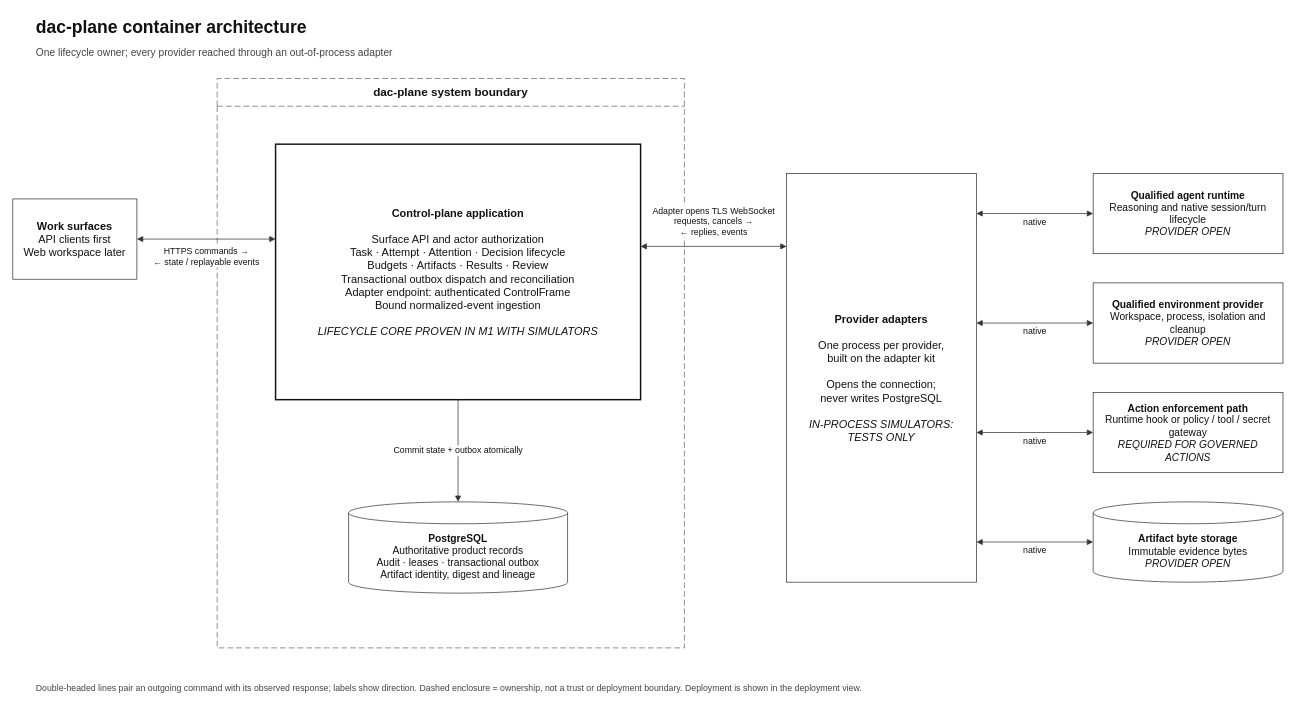
Earlier version of the draw.io diagram docs/architecture/container-view.drawio (dac-plane/dac-plane). Source tidied: cells renumbered, new cells numbered last; positions are measured from the earlier drawing's top-left corner, leaving out a move shared by most shapes. Both pictures are drawn from the tidied source at 73%, with x=0, y=0 at pixel (12, 12).
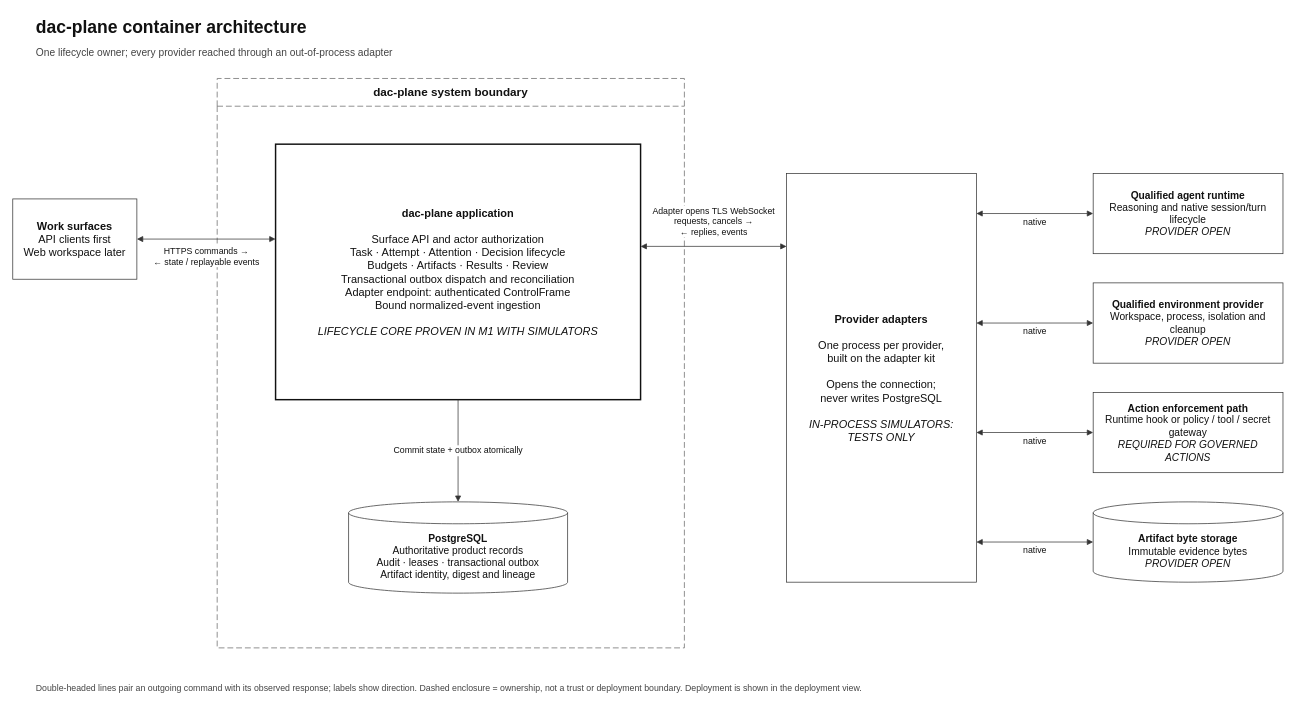
The same page after the edit.

Commit message (it also covers changes not shown here):
refactor: update terminology and dimensions in overview and container-view diagrams for clarity

Change to the diagram source:
```diff
@@
-    <mxCell id="6" value="&lt;b&gt;Control-plane application&lt;/b&gt;&lt;br&gt;&lt;br&gt;Surface API and actor authorization&lt;br&gt;Task · Attempt · Attention · Decision lifecycle&lt;br&gt;Budgets · Artifacts · Results · Review&lt;br&gt;Transactional outbox dispatch and reconciliation&lt;br&gt;Adapter endpoint: authenticated ControlFrame&lt;br&gt;Bound normalized-event ingestion&lt;br&gt;&lt;br&gt;&lt;i&gt;LIFECYCLE CORE PROVEN IN M1 WITH SIMULATORS&lt;/i&gt;" style="rounded=0;whiteSpace=wrap;html=1;fillColor=#FFFFFF;strokeColor=#111111;strokeWidth=2;fontColor=#111111;fontSize=15;spacing=10;" parent="1" vertex="1">
+    <mxCell id="6" value="&lt;b&gt;dac-plane application&lt;/b&gt;&lt;br&gt;&lt;br&gt;Surface API and actor authorization&lt;br&gt;Task · Attempt · Attention · Decision lifecycle&lt;br&gt;Budgets · Artifacts · Results · Review&lt;br&gt;Transactional outbox dispatch and reconciliation&lt;br&gt;Adapter endpoint: authenticated ControlFrame&lt;br&gt;Bound normalized-event ingestion&lt;br&gt;&lt;br&gt;&lt;i&gt;LIFECYCLE CORE PROVEN IN M1 WITH SIMULATORS&lt;/i&gt;" style="rounded=0;whiteSpace=wrap;html=1;fillColor=#FFFFFF;strokeColor=#111111;strokeWidth=2;fontColor=#111111;fontSize=15;spacing=10;" parent="1" vertex="1">
       <mxGeometry x="360" y="180" width="500" height="350" as="geometry" />
     </mxCell>
```
